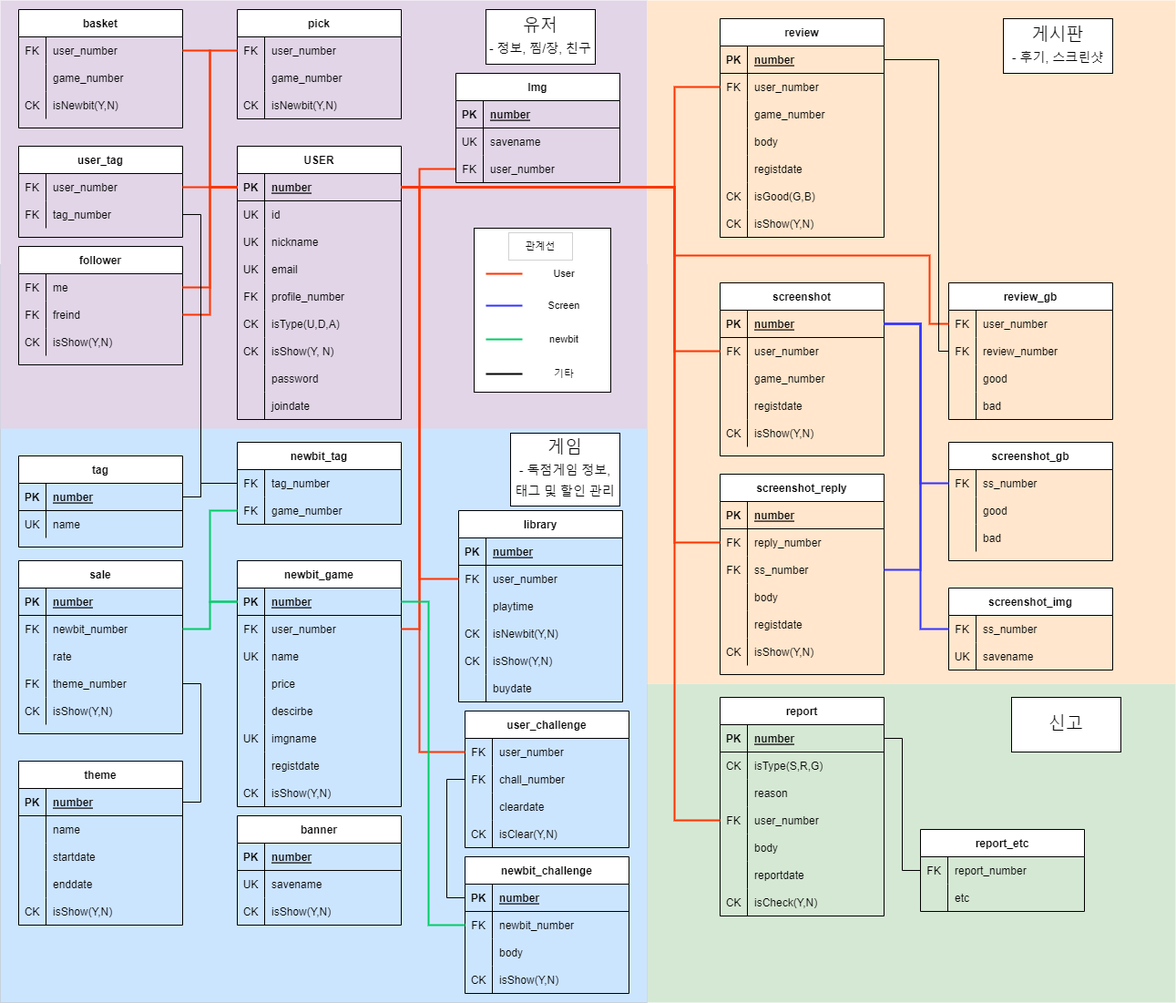
This is doc/newbit.drawio.png from Han-Bae/newbit, a draw.io export, as it was before one commit. Source tidied: cells renumbered, new cells last; positions are measured from the earlier drawing's top-left corner, leaving out a move shared by most shapes.
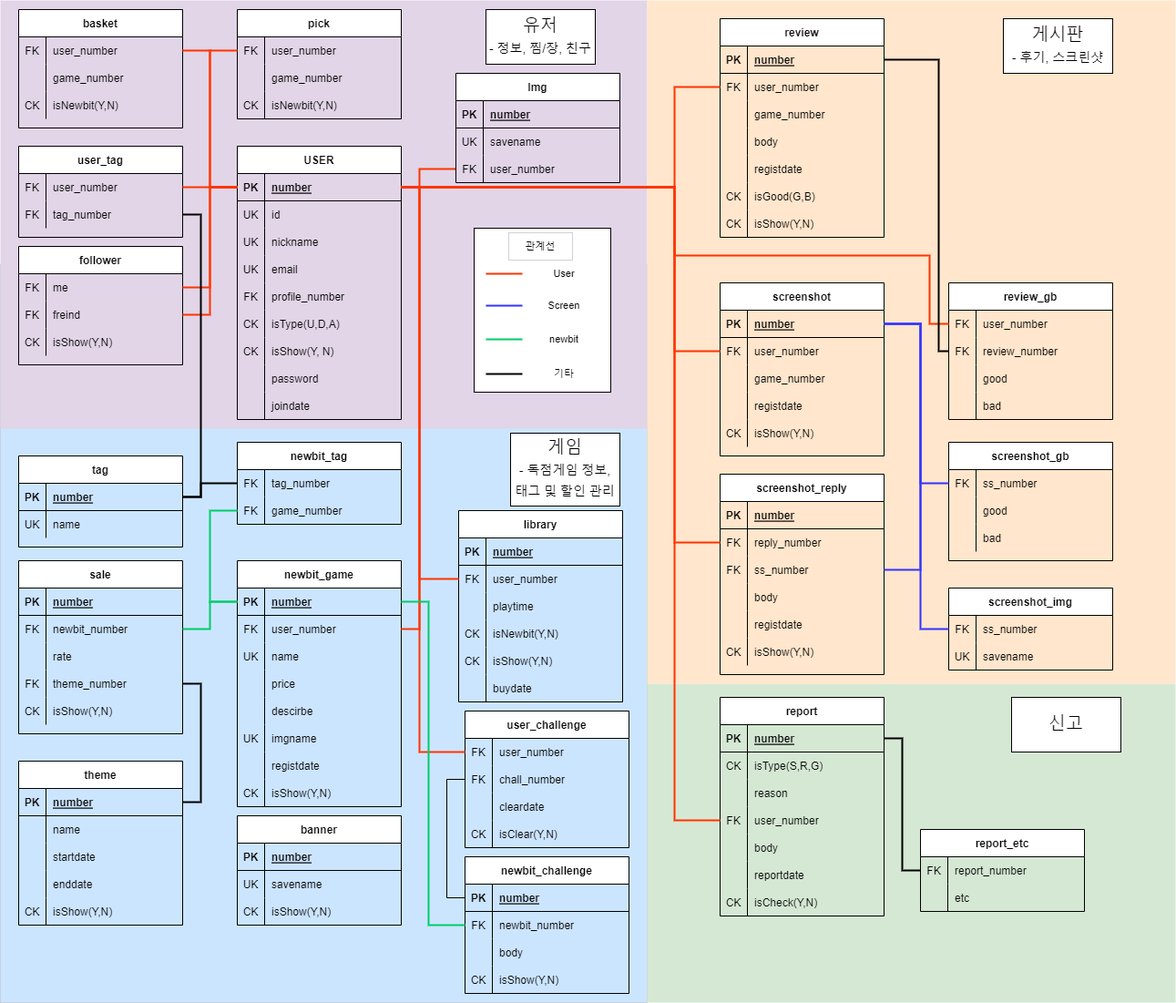
After the commit.

Diff of the diagram source:
```diff
@@ -248,10 +248,10 @@
     <mxCell id="78" value="game_number" style="shape=partialRectangle;fillColor=none;top=0;left=0;bottom=0;right=0;align=left;spacingLeft=6;overflow=hidden;" parent="76" vertex="1">
       <mxGeometry x="30" width="150" height="30" as="geometry" />
     </mxCell>
-    <mxCell id="79" style="edgeStyle=orthogonalEdgeStyle;rounded=0;jettySize=auto;html=1;exitX=1;exitY=0.5;exitDx=0;exitDy=0;entryX=1;entryY=0.5;entryDx=0;entryDy=0;endArrow=none;endFill=0;" parent="1" edge="1" source="61" target="66">
+    <mxCell id="79" style="edgeStyle=orthogonalEdgeStyle;rounded=0;jettySize=auto;html=1;exitX=1;exitY=0.5;exitDx=0;exitDy=0;entryX=1;entryY=0.5;entryDx=0;entryDy=0;endArrow=none;endFill=0;strokeWidth=2;" parent="1" edge="1" source="61" target="66">
       <mxGeometry relative="1" as="geometry" />
     </mxCell>
-    <mxCell id="80" style="edgeStyle=orthogonalEdgeStyle;rounded=0;jettySize=auto;html=1;exitX=1;exitY=0.5;exitDx=0;exitDy=0;entryX=0;entryY=0.5;entryDx=0;entryDy=0;endArrow=none;endFill=0;" parent="1" edge="1" source="66" target="73">
+    <mxCell id="80" style="edgeStyle=orthogonalEdgeStyle;rounded=0;jettySize=auto;html=1;exitX=1;exitY=0.5;exitDx=0;exitDy=0;entryX=0;entryY=0.5;entryDx=0;entryDy=0;endArrow=none;endFill=0;strokeWidth=2;" parent="1" edge="1" source="66" target="73">
       <mxGeometry relative="1" as="geometry">
         <Array as="points">
           <mxPoint x="220" y="545" />
@@ -509,7 +509,7 @@
     <mxCell id="160" value="isShow(Y,N)" style="shape=partialRectangle;fillColor=none;top=0;left=0;bottom=0;right=0;align=left;spacingLeft=6;overflow=hidden;" parent="158" vertex="1">
       <mxGeometry x="30" width="150" height="30" as="geometry" />
     </mxCell>
-    <mxCell id="161" style="edgeStyle=orthogonalEdgeStyle;rounded=0;jettySize=auto;html=1;exitX=1;exitY=0.5;exitDx=0;exitDy=0;entryX=1;entryY=0.5;entryDx=0;entryDy=0;endArrow=none;endFill=0;" parent="1" edge="1" source="146" target="138">
+    <mxCell id="161" style="edgeStyle=orthogonalEdgeStyle;rounded=0;jettySize=auto;html=1;exitX=1;exitY=0.5;exitDx=0;exitDy=0;entryX=1;entryY=0.5;entryDx=0;entryDy=0;endArrow=none;endFill=0;strokeWidth=2;" parent="1" edge="1" source="146" target="138">
       <mxGeometry relative="1" as="geometry" />
     </mxCell>
     <mxCell id="162" value="newbit_challenge" style="shape=table;startSize=30;rowLines=0;fontStyle=1;align=center;" parent="1" vertex="1">
@@ -803,7 +803,7 @@
         </Array>
       </mxGeometry>
     </mxCell>
-    <mxCell id="250" style="edgeStyle=orthogonalEdgeStyle;rounded=0;jettySize=auto;html=1;exitX=1;exitY=0.5;exitDx=0;exitDy=0;endArrow=none;endFill=0;entryX=0;entryY=0.5;entryDx=0;entryDy=0;" parent="1" edge="1" source="214" target="239">
+    <mxCell id="250" style="edgeStyle=orthogonalEdgeStyle;rounded=0;jettySize=auto;html=1;exitX=1;exitY=0.5;exitDx=0;exitDy=0;endArrow=none;endFill=0;entryX=0;entryY=0.5;entryDx=0;entryDy=0;strokeWidth=2;" parent="1" edge="1" source="214" target="239">
       <mxGeometry relative="1" as="geometry">
         <Array as="points">
           <mxPoint x="1030" y="65" />
@@ -1094,7 +1094,7 @@
     <mxCell id="336" value="etc" style="shape=partialRectangle;fillColor=none;top=0;left=0;bottom=0;right=0;align=left;spacingLeft=6;overflow=hidden;" parent="334" vertex="1">
       <mxGeometry x="30" width="150" height="30" as="geometry" />
     </mxCell>
-    <mxCell id="337" style="edgeStyle=orthogonalEdgeStyle;rounded=0;jettySize=auto;html=1;exitX=1;exitY=0.5;exitDx=0;exitDy=0;entryX=0;entryY=0.5;entryDx=0;entryDy=0;endArrow=none;endFill=0;" parent="1" edge="1" source="309" target="331">
+    <mxCell id="337" style="edgeStyle=orthogonalEdgeStyle;rounded=0;jettySize=auto;html=1;exitX=1;exitY=0.5;exitDx=0;exitDy=0;entryX=0;entryY=0.5;entryDx=0;entryDy=0;endArrow=none;endFill=0;strokeWidth=2;" parent="1" edge="1" source="309" target="331">
       <mxGeometry relative="1" as="geometry" />
     </mxCell>
     <mxCell id="338" value="banner" style="shape=table;startSize=30;rowLines=0;fontStyle=1;align=center;" parent="1" vertex="1">
```
